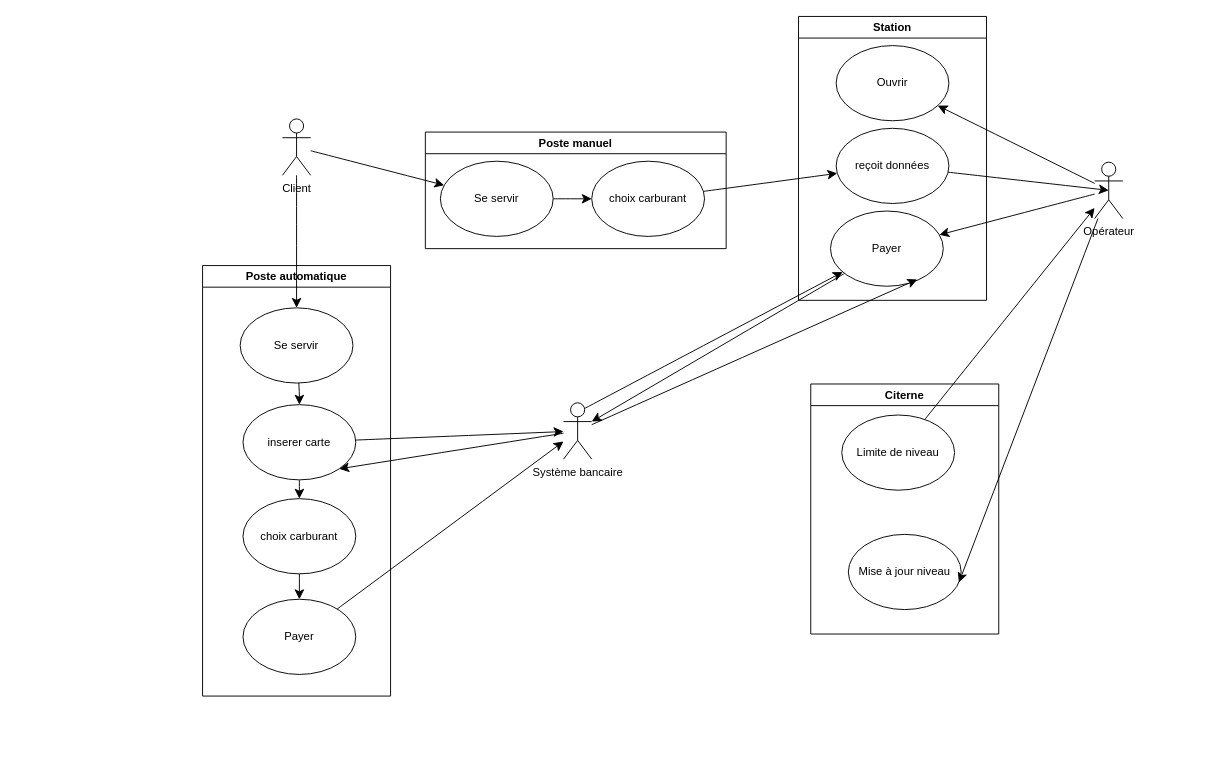
Before: Totality/Diagramme sans nom.drawio in NLetenneur/UML-Introduction, a draw.io diagram. Source tidied: cells renumbered, new cells numbered last; positions are measured from the earlier drawing's top-left corner, leaving out a move shared by most shapes. Both pictures are drawn from the tidied source at 94%, with x=0, y=0 at pixel (202, 16).
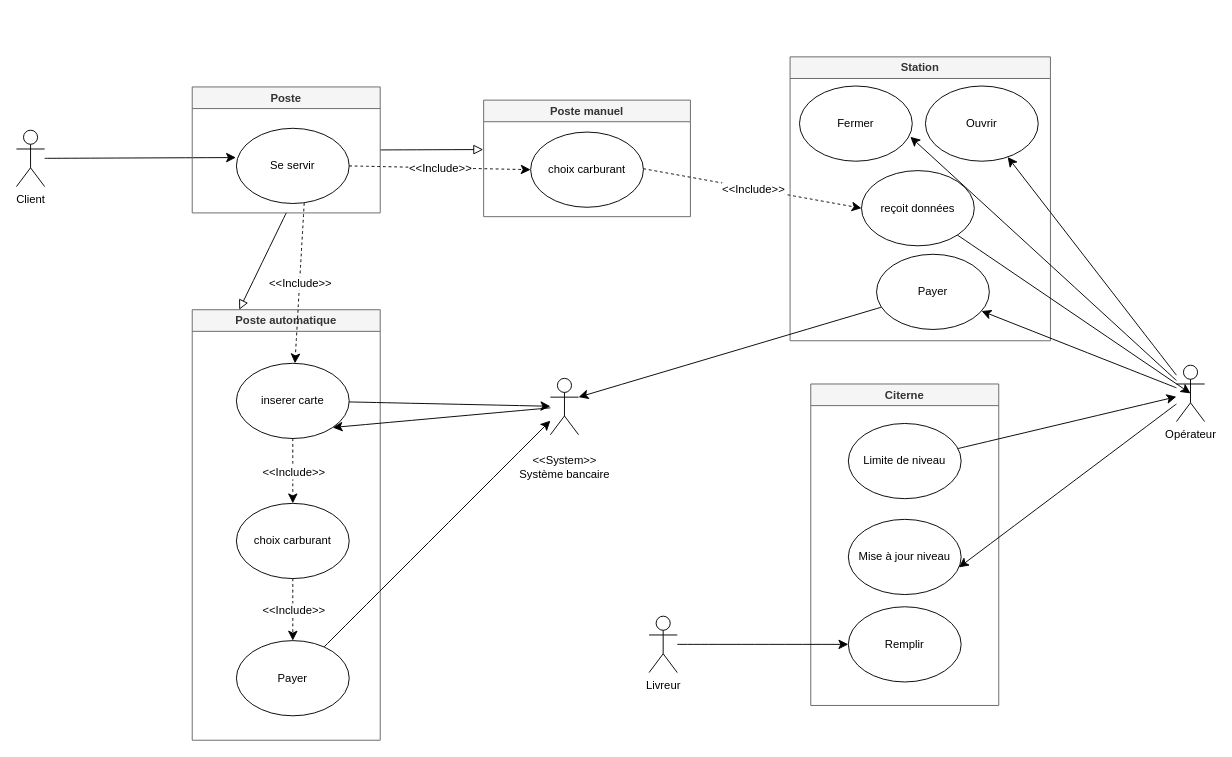
After the change.

Commit message:
Mettre à jour Diagramme sans nom.drawio

Diff of the diagram source:
```diff
@@
-    <mxCell id="2" value="Poste automatique" style="swimlane;whiteSpace=wrap;html=1;" parent="1" vertex="1">
-      <mxGeometry y="265" width="200" height="458" as="geometry" />
+    <mxCell id="2" value="Poste automatique" style="swimlane;whiteSpace=wrap;html=1;fillColor=#f5f5f5;fontColor=#333333;strokeColor=#666666;" parent="1" vertex="1">
+      <mxGeometry x="-11" y="312" width="200" height="458" as="geometry" />
     </mxCell>
-    <mxCell id="3" style="edgeStyle=none;curved=1;rounded=0;jettySize=auto;html=1;fontSize=12;startSize=8;endSize=8;" parent="2" edge="1" source="4" target="6">
-      <mxGeometry relative="1" as="geometry">
-        <Array as="points">
-          <mxPoint x="103" y="135" />
-        </Array>
-      </mxGeometry>
-    </mxCell>
-    <mxCell id="4" value="Se servir" style="ellipse;whiteSpace=wrap;html=1;" parent="2" vertex="1">
-      <mxGeometry x="40" y="45" width="120" height="80" as="geometry" />
-    </mxCell>
-    <mxCell id="5" style="edgeStyle=none;curved=1;rounded=0;jettySize=auto;html=1;fontSize=12;startSize=8;endSize=8;" parent="2" edge="1" source="6" target="8">
-      <mxGeometry relative="1" as="geometry" />
-    </mxCell>
     <mxCell id="6" value="inserer carte" style="ellipse;whiteSpace=wrap;html=1;" parent="2" vertex="1">
-      <mxGeometry x="43" y="148" width="120" height="80" as="geometry" />
+      <mxGeometry x="47" y="57" width="120" height="80" as="geometry" />
     </mxCell>
-    <mxCell id="7" style="edgeStyle=none;curved=1;rounded=0;jettySize=auto;html=1;fontSize=12;startSize=8;endSize=8;" parent="2" edge="1" source="8" target="9">
-      <mxGeometry relative="1" as="geometry" />
-    </mxCell>
     <mxCell id="8" value="choix carburant" style="ellipse;whiteSpace=wrap;html=1;" parent="2" vertex="1">
-      <mxGeometry x="43" y="248" width="120" height="80" as="geometry" />
+      <mxGeometry x="47" y="206" width="120" height="80" as="geometry" />
     </mxCell>
     <mxCell id="9" value="Payer" style="ellipse;whiteSpace=wrap;html=1;" parent="2" vertex="1">
-      <mxGeometry x="43" y="355" width="120" height="80" as="geometry" />
+      <mxGeometry x="47" y="352" width="120" height="80" as="geometry" />
     </mxCell>
-    <mxCell id="10" style="edgeStyle=none;curved=1;rounded=0;jettySize=auto;html=1;fontSize=12;startSize=8;endSize=8;" parent="1" edge="1" source="12" target="15">
-      <mxGeometry relative="1" as="geometry" />
-    </mxCell>
+    <mxCell id="5" style="endArrow=classic;html=1;rounded=0;fontSize=12;startSize=8;endSize=8;curved=1;exitX=0.5;exitY=1;exitDx=0;exitDy=0;dashed=1;entryX=0.5;entryY=0;entryDx=0;entryDy=0;" parent="2" edge="1" source="6" target="8">
+      <mxGeometry relative="1" as="geometry" />
+    </mxCell>
+    <mxCell id="38" value="&amp;lt;&amp;lt;Include&amp;gt;&amp;gt;" style="edgeLabel;html=1;fontSize=12;align=center;verticalAlign=middle;" parent="5" vertex="1">
+      <mxGeometry relative="1" as="geometry" />
+    </mxCell>
+    <mxCell id="7" style="endArrow=classic;html=1;rounded=0;fontSize=12;startSize=8;endSize=8;curved=1;exitX=0.5;exitY=1;exitDx=0;exitDy=0;dashed=1;entryX=0.5;entryY=0;entryDx=0;entryDy=0;" parent="2" edge="1" source="8" target="9">
+      <mxGeometry relative="1" as="geometry" />
+    </mxCell>
+    <mxCell id="39" value="&amp;lt;&amp;lt;Include&amp;gt;&amp;gt;" style="edgeLabel;html=1;fontSize=12;align=center;verticalAlign=middle;" parent="7" vertex="1">
+      <mxGeometry relative="1" as="geometry" />
+    </mxCell>
-    <mxCell id="11" style="edgeStyle=none;curved=1;rounded=0;jettySize=auto;html=1;entryX=0.5;entryY=0;entryDx=0;entryDy=0;fontSize=12;startSize=8;endSize=8;" parent="1" edge="1" source="12" target="4">
+    <mxCell id="11" style="edgeStyle=none;curved=1;rounded=0;jettySize=auto;html=1;entryX=-0.004;entryY=0.389;entryDx=0;entryDy=0;fontSize=12;startSize=8;endSize=8;entryPerimeter=0;" parent="1" edge="1" source="12" target="4">
       <mxGeometry relative="1" as="geometry" />
     </mxCell>
     <mxCell id="12" value="Client" style="shape=umlActor;verticalLabelPosition=bottom;verticalAlign=top;html=1;outlineConnect=0;" parent="1" vertex="1">
-      <mxGeometry x="85" y="109" width="30" height="60" as="geometry" />
+      <mxGeometry x="-198" y="121" width="30" height="60" as="geometry" />
     </mxCell>
-    <mxCell id="13" value="Poste manuel" style="swimlane;whiteSpace=wrap;html=1;" parent="1" vertex="1">
-      <mxGeometry x="237" y="123" width="320" height="124" as="geometry" />
+    <mxCell id="13" value="Poste manuel" style="swimlane;whiteSpace=wrap;html=1;fillColor=#f5f5f5;fontColor=#333333;strokeColor=#666666;" parent="1" vertex="1">
+      <mxGeometry x="299" y="89" width="220" height="124" as="geometry" />
     </mxCell>
-    <mxCell id="14" style="edgeStyle=none;curved=1;rounded=0;jettySize=auto;html=1;fontSize=12;startSize=8;endSize=8;" parent="13" edge="1" source="15" target="16">
-      <mxGeometry relative="1" as="geometry" />
-    </mxCell>
-    <mxCell id="15" value="Se servir" style="ellipse;whiteSpace=wrap;html=1;" parent="13" vertex="1">
-      <mxGeometry x="16" y="31" width="120" height="80" as="geometry" />
-    </mxCell>
     <mxCell id="16" value="choix carburant" style="ellipse;whiteSpace=wrap;html=1;" parent="13" vertex="1">
-      <mxGeometry x="177" y="31" width="120" height="80" as="geometry" />
+      <mxGeometry x="50" y="34" width="120" height="80" as="geometry" />
     </mxCell>
+    <mxCell id="40" style="endArrow=classic;html=1;rounded=0;fontSize=12;startSize=8;endSize=8;curved=1;exitX=0.601;exitY=0.994;exitDx=0;exitDy=0;exitPerimeter=0;dashed=1;entryX=0;entryY=0.5;entryDx=0;entryDy=0;" parent="13" edge="1" target="18">
+      <mxGeometry relative="1" as="geometry">
+        <mxPoint x="170" y="73" as="sourcePoint" />
+      </mxGeometry>
+    </mxCell>
+    <mxCell id="41" value="&amp;lt;&amp;lt;Include&amp;gt;&amp;gt;" style="edgeLabel;html=1;fontSize=12;align=center;verticalAlign=middle;" parent="40" vertex="1">
+      <mxGeometry relative="1" as="geometry" />
+    </mxCell>
-    <mxCell id="17" value="Station" style="swimlane;whiteSpace=wrap;html=1;" parent="1" vertex="1">
-      <mxGeometry x="634" width="200" height="302" as="geometry" />
+    <mxCell id="17" value="&lt;br&gt;Station&lt;div&gt;&lt;br/&gt;&lt;/div&gt;" style="swimlane;whiteSpace=wrap;html=1;fillColor=#f5f5f5;fontColor=#333333;strokeColor=#666666;" parent="1" vertex="1">
+      <mxGeometry x="625" y="43" width="277" height="302" as="geometry" />
     </mxCell>
     <mxCell id="18" value="reçoit données" style="ellipse;whiteSpace=wrap;html=1;" parent="17" vertex="1">
-      <mxGeometry x="40" y="119" width="120" height="80" as="geometry" />
+      <mxGeometry x="76" y="121" width="120" height="80" as="geometry" />
     </mxCell>
     <mxCell id="19" value="Payer" style="ellipse;whiteSpace=wrap;html=1;" parent="17" vertex="1">
-      <mxGeometry x="34" y="207" width="120" height="80" as="geometry" />
+      <mxGeometry x="92" y="210" width="120" height="80" as="geometry" />
     </mxCell>
     <mxCell id="20" value="Ouvrir" style="ellipse;whiteSpace=wrap;html=1;" parent="17" vertex="1">
-      <mxGeometry x="40" y="31" width="120" height="80" as="geometry" />
+      <mxGeometry x="144" y="31" width="120" height="80" as="geometry" />
     </mxCell>
-    <mxCell id="21" style="edgeStyle=none;curved=1;rounded=0;jettySize=auto;html=1;fontSize=12;startSize=8;endSize=8;" parent="1" edge="1" source="16" target="18">
-      <mxGeometry relative="1" as="geometry" />
-    </mxCell>
+    <mxCell id="42" value="Fermer" style="ellipse;whiteSpace=wrap;html=1;" parent="17" vertex="1">
+      <mxGeometry x="10" y="31" width="120" height="80" as="geometry" />
+    </mxCell>
@@
     <mxCell id="23" value="Opérateur" style="shape=umlActor;verticalLabelPosition=bottom;verticalAlign=top;html=1;outlineConnect=0;" parent="1" vertex="1">
-      <mxGeometry x="949" y="155" width="30" height="60" as="geometry" />
+      <mxGeometry x="1036" y="371" width="30" height="60" as="geometry" />
     </mxCell>
@@
-    <mxCell id="25" style="edgeStyle=none;curved=1;rounded=0;jettySize=auto;html=1;fontSize=12;startSize=8;endSize=8;exitX=0.75;exitY=0.1;exitDx=0;exitDy=0;exitPerimeter=0;" parent="1" edge="1" source="26" target="19">
-      <mxGeometry relative="1" as="geometry" />
-    </mxCell>
-    <mxCell id="26" value="&lt;div&gt;Système bancaire&lt;/div&gt;&lt;div&gt;&lt;br&gt;&lt;/div&gt;" style="shape=umlActor;verticalLabelPosition=bottom;verticalAlign=top;html=1;outlineConnect=0;" parent="1" vertex="1">
-      <mxGeometry x="384" y="411" width="30" height="60" as="geometry" />
+    <mxCell id="26" value="&lt;div&gt;&lt;br&gt;&lt;/div&gt;&lt;div&gt;&amp;lt;&amp;lt;System&amp;gt;&amp;gt;&lt;br&gt;&lt;/div&gt;&lt;div&gt;Système bancaire&lt;/div&gt;&lt;div&gt;&lt;br&gt;&lt;/div&gt;" style="shape=umlActor;verticalLabelPosition=bottom;verticalAlign=top;html=1;outlineConnect=0;" parent="1" vertex="1">
+      <mxGeometry x="370" y="385" width="30" height="60" as="geometry" />
     </mxCell>
@@
-    <mxCell id="31" style="edgeStyle=none;curved=1;rounded=0;jettySize=auto;html=1;entryX=0.769;entryY=0.91;entryDx=0;entryDy=0;entryPerimeter=0;fontSize=12;startSize=8;endSize=8;" parent="1" edge="1" source="26" target="19">
-      <mxGeometry relative="1" as="geometry" />
-    </mxCell>
-    <mxCell id="32" value="Citerne" style="swimlane;whiteSpace=wrap;html=1;" parent="1" vertex="1">
-      <mxGeometry x="647" y="391" width="200" height="266" as="geometry" />
+    <mxCell id="32" value="Citerne" style="swimlane;whiteSpace=wrap;html=1;fillColor=#f5f5f5;fontColor=#333333;strokeColor=#666666;" parent="1" vertex="1">
+      <mxGeometry x="647" y="391" width="200" height="342" as="geometry" />
     </mxCell>
     <mxCell id="33" value="Limite de niveau" style="ellipse;whiteSpace=wrap;html=1;" parent="32" vertex="1">
-      <mxGeometry x="33" y="33" width="120" height="80" as="geometry" />
+      <mxGeometry x="40" y="42" width="120" height="80" as="geometry" />
     </mxCell>
     <mxCell id="34" value="Mise à jour niveau" style="ellipse;whiteSpace=wrap;html=1;" parent="32" vertex="1">
-      <mxGeometry x="40" y="160" width="120" height="80" as="geometry" />
+      <mxGeometry x="40" y="144" width="120" height="80" as="geometry" />
     </mxCell>
+    <mxCell id="43" value="Remplir" style="ellipse;whiteSpace=wrap;html=1;" parent="32" vertex="1">
+      <mxGeometry x="40" y="237" width="120" height="80" as="geometry" />
+    </mxCell>
@@
+    <mxCell id="44" style="edgeStyle=none;curved=1;rounded=0;jettySize=auto;html=1;exitX=1;exitY=0.5;exitDx=0;exitDy=0;fontSize=12;startSize=8;endSize=8;endArrow=block;endFill=0;" parent="1" edge="1" source="45">
+      <mxGeometry relative="1" as="geometry">
+        <mxPoint x="298.6" y="141.6" as="targetPoint" />
+      </mxGeometry>
+    </mxCell>
+    <mxCell id="45" value="Poste" style="swimlane;whiteSpace=wrap;html=1;fillColor=#f5f5f5;fontColor=#333333;strokeColor=#666666;" parent="1" vertex="1">
+      <mxGeometry x="-11" y="75" width="200" height="134" as="geometry" />
+    </mxCell>
+    <mxCell id="4" value="Se servir" style="ellipse;whiteSpace=wrap;html=1;" parent="45" vertex="1">
+      <mxGeometry x="47" y="44" width="120" height="80" as="geometry" />
+    </mxCell>
+    <mxCell id="46" style="edgeStyle=none;curved=1;rounded=0;jettySize=auto;html=1;exitX=0.5;exitY=1;exitDx=0;exitDy=0;fontSize=12;startSize=8;endSize=8;endArrow=block;endFill=0;entryX=0.25;entryY=0;entryDx=0;entryDy=0;" parent="1" edge="1" source="45" target="2">
+      <mxGeometry relative="1" as="geometry" />
+    </mxCell>
+    <mxCell id="3" style="endArrow=classic;html=1;rounded=0;fontSize=12;startSize=8;endSize=8;curved=1;exitX=0.601;exitY=0.994;exitDx=0;exitDy=0;exitPerimeter=0;dashed=1;" parent="1" edge="1" source="4" target="6">
+      <mxGeometry relative="1" as="geometry" />
+    </mxCell>
+    <mxCell id="47" value="&amp;lt;&amp;lt;Include&amp;gt;&amp;gt;" style="edgeLabel;html=1;fontSize=12;align=center;verticalAlign=middle;" parent="3" vertex="1">
+      <mxGeometry relative="1" as="geometry" />
+    </mxCell>
+    <mxCell id="48" style="endArrow=classic;html=1;rounded=0;fontSize=12;startSize=8;endSize=8;curved=1;dashed=1;exitX=1;exitY=0.5;exitDx=0;exitDy=0;entryX=0;entryY=0.5;entryDx=0;entryDy=0;" parent="1" edge="1" source="4" target="16">
+      <mxGeometry relative="1" as="geometry" />
+    </mxCell>
+    <mxCell id="49" value="&amp;lt;&amp;lt;Include&amp;gt;&amp;gt;" style="edgeLabel;html=1;fontSize=12;align=center;verticalAlign=middle;" parent="48" vertex="1">
+      <mxGeometry relative="1" as="geometry" />
+    </mxCell>
+    <mxCell id="50" style="edgeStyle=none;curved=1;rounded=0;jettySize=auto;html=1;entryX=0.983;entryY=0.675;entryDx=0;entryDy=0;entryPerimeter=0;fontSize=12;startSize=8;endSize=8;" parent="1" edge="1" source="23" target="42">
+      <mxGeometry relative="1" as="geometry" />
+    </mxCell>
+    <mxCell id="51" style="edgeStyle=none;curved=1;rounded=0;jettySize=auto;html=1;fontSize=12;startSize=8;endSize=8;" parent="1" edge="1" source="52" target="43">
+      <mxGeometry relative="1" as="geometry" />
+    </mxCell>
+    <mxCell id="52" value="Livreur" style="shape=umlActor;verticalLabelPosition=bottom;verticalAlign=top;html=1;outlineConnect=0;" parent="1" vertex="1">
+      <mxGeometry x="475" y="638" width="30" height="60" as="geometry" />
+    </mxCell>
```
